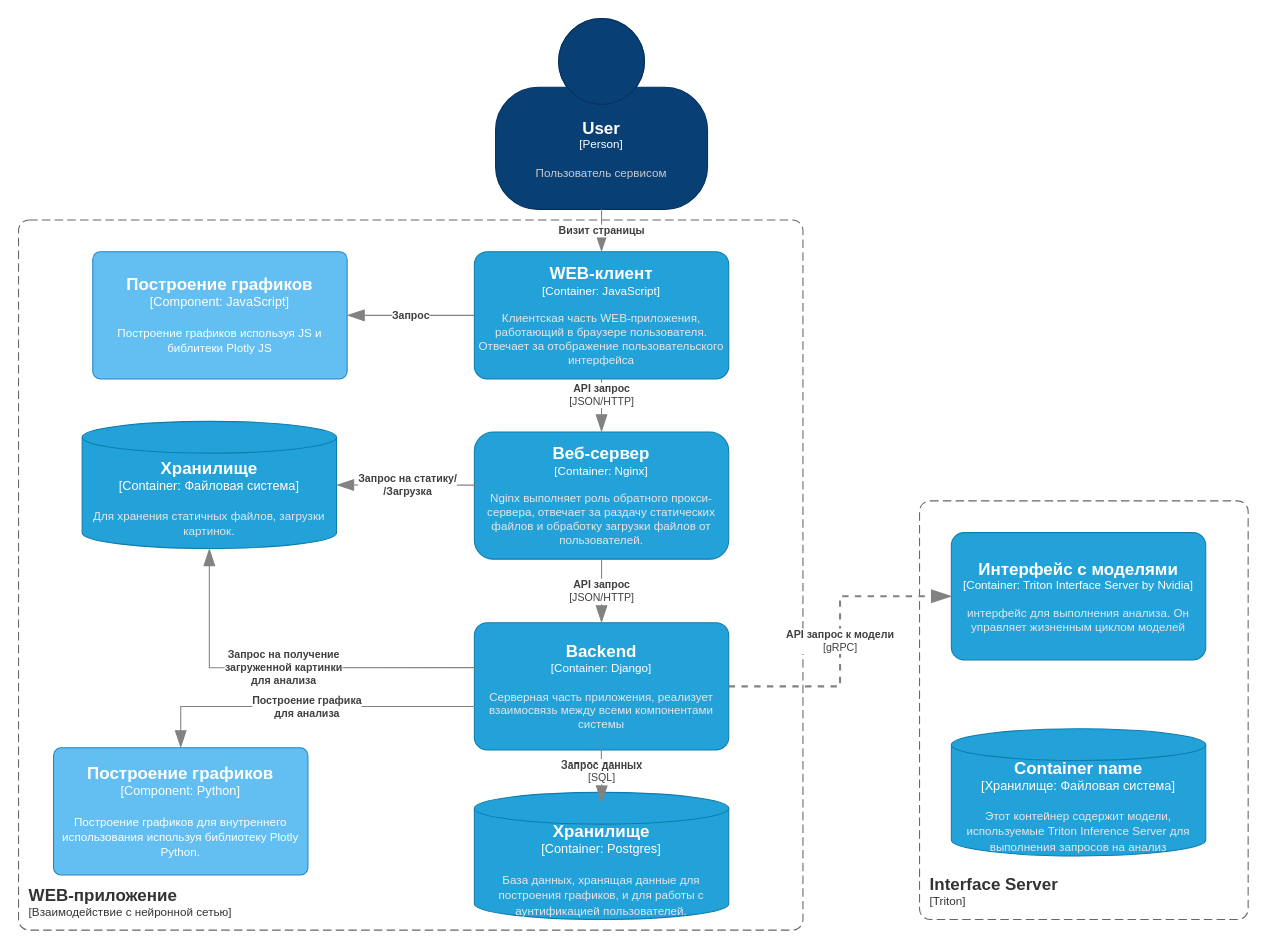
Zacharov-Team/summer-practice keeps this draw.io diagram as web/docs/system_doc.drawio. Above is the earlier version. Source tidied: cells renumbered, new cells numbered last; positions are measured from the earlier drawing's top-left corner, leaving out a move shared by most shapes. Both pictures are drawn from the tidied source at 106%, with x=0, y=0 at pixel (18, 18).
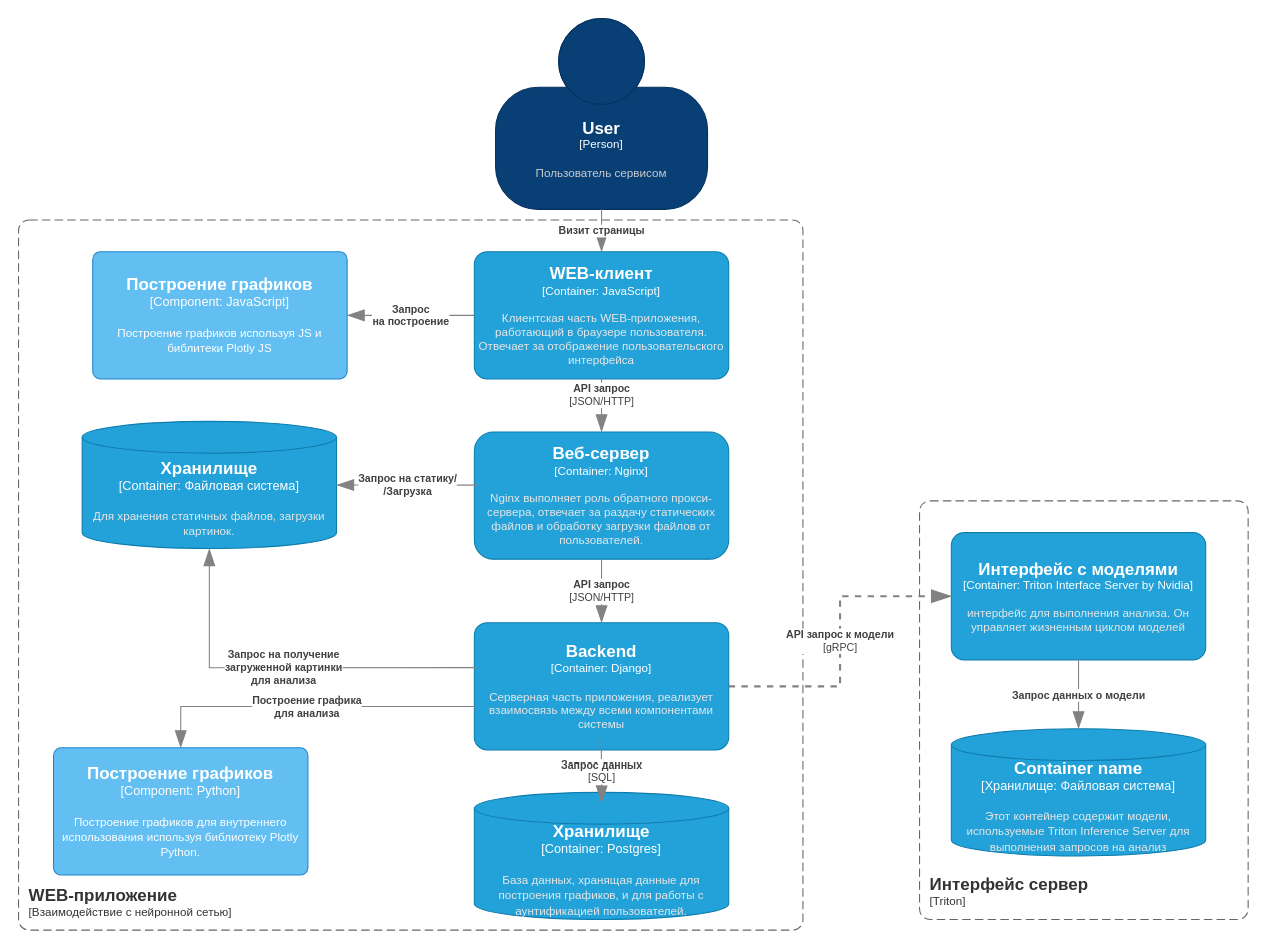
The same diagram, later.

The change refers to these unchanged cells:
```xml
<object id="3" label="&lt;font style=&quot;font-size: 16px&quot;&gt;&lt;b&gt;%c4Name%&lt;/b&gt;&lt;/font&gt;&lt;div&gt;[%c4Type%: %c4Technology%]&lt;/div&gt;&lt;br&gt;&lt;div&gt;&lt;font style=&quot;font-size: 11px&quot;&gt;&lt;font color=&quot;#E6E6E6&quot;&gt;%c4Description%&lt;/font&gt;&lt;/div&gt;" c4Description="Клиентская часть WEB-приложения, работающий в браузере пользователя. Отвечает за отображение пользовательского интерфейса" c4Name="WEB-клиент" c4Technology="JavaScript" c4Type="Container" placeholders="1">
  <mxCell style="rounded=1;whiteSpace=wrap;html=1;fontSize=11;labelBackgroundColor=none;fillColor=#23A2D9;fontColor=#ffffff;align=center;arcSize=10;strokeColor=#0E7DAD;points=[[0.25,0,0],[0.5,0,0],[0.75,0,0],[1,0.25,0],[1,0.5,0],[1,0.75,0],[0.75,1,0],[0.5,1,0],[0.25,1,0],[0,0.75,0],[0,0.5,0],[0,0.25,0]];" parent="1" vertex="1">
    <mxGeometry x="430" y="220" width="240" height="120" as="geometry" />
  </mxCell>
</object>
<object id="7" label="&lt;font style=&quot;font-size: 16px&quot;&gt;&lt;b&gt;%c4Name%&lt;/b&gt;&lt;/font&gt;&lt;div&gt;[%c4Type%: %c4Technology%]&lt;/div&gt;&lt;br&gt;&lt;div&gt;&lt;font style=&quot;font-size: 11px&quot;&gt;%c4Description%&lt;/font&gt;&lt;/div&gt;" c4Description="Построение графиков используя JS и библитеки Plotly JS" c4Name="Построение графиков" c4Technology="JavaScript" c4Type="Component" placeholders="1">
  <mxCell style="rounded=1;whiteSpace=wrap;html=1;labelBackgroundColor=none;fillColor=#63BEF2;fontColor=#ffffff;align=center;arcSize=6;strokeColor=#2086C9;points=[[0.25,0,0],[0.5,0,0],[0.75,0,0],[1,0.25,0],[1,0.5,0],[1,0.75,0],[0.75,1,0],[0.5,1,0],[0.25,1,0],[0,0.75,0],[0,0.5,0],[0,0.25,0]];" parent="1" vertex="1">
    <mxGeometry x="70" y="220" width="240" height="120" as="geometry" />
  </mxCell>
</object>
<object id="9" label="&lt;font style=&quot;font-size: 16px&quot;&gt;&lt;b&gt;%c4Name%&lt;/b&gt;&lt;/font&gt;&lt;div&gt;[%c4Type%:&amp;nbsp;%c4Technology%]&lt;/div&gt;&lt;br&gt;&lt;div&gt;&lt;font style=&quot;font-size: 11px&quot;&gt;&lt;font color=&quot;#E6E6E6&quot;&gt;%c4Description%&lt;/font&gt;&lt;/div&gt;" c4Description="Этот контейнер содержит модели, используемые Triton Inference Server для выполнения запросов на анализ" c4Name="Container name" c4Technology="Файловая система" c4Type="Хранилище" placeholders="1">
  <mxCell style="shape=cylinder3;size=15;whiteSpace=wrap;html=1;boundedLbl=1;rounded=0;labelBackgroundColor=none;fillColor=#23A2D9;fontSize=12;fontColor=#ffffff;align=center;strokeColor=#0E7DAD;points=[[0.5,0,0],[1,0.25,0],[1,0.5,0],[1,0.75,0],[0.5,1,0],[0,0.75,0],[0,0.5,0],[0,0.25,0]];" parent="1" vertex="1">
    <mxGeometry x="880" y="670" width="240" height="120" as="geometry" />
  </mxCell>
</object>
<object id="11" label="&lt;font style=&quot;font-size: 16px&quot;&gt;&lt;b&gt;%c4Name%&lt;/b&gt;&lt;/font&gt;&lt;div&gt;[%c4Type%: %c4Technology%]&lt;/div&gt;&lt;br&gt;&lt;div&gt;&lt;font style=&quot;font-size: 11px&quot;&gt;&lt;font color=&quot;#E6E6E6&quot;&gt;%c4Description%&lt;/font&gt;&lt;/div&gt;" c4Description="интерфейс для выполнения анализа. Он управляет жизненным циклом моделей" c4Name="Интерфейс с моделями" c4Technology="Triton Interface Server by Nvidia" c4Type="Container" placeholders="1">
  <mxCell style="rounded=1;whiteSpace=wrap;html=1;fontSize=11;labelBackgroundColor=none;fillColor=#23A2D9;fontColor=#ffffff;align=center;arcSize=10;strokeColor=#0E7DAD;points=[[0.25,0,0],[0.5,0,0],[0.75,0,0],[1,0.25,0],[1,0.5,0],[1,0.75,0],[0.75,1,0],[0.5,1,0],[0.25,1,0],[0,0.75,0],[0,0.5,0],[0,0.25,0]];" parent="1" vertex="1">
    <mxGeometry x="880" y="485" width="240" height="120" as="geometry" />
  </mxCell>
</object>
```

Change to the diagram source:
```diff
@@
-    <object id="13" label="&lt;font style=&quot;font-size: 16px&quot;&gt;&lt;b&gt;&lt;div style=&quot;text-align: left&quot;&gt;%c4Name%&lt;/div&gt;&lt;/b&gt;&lt;/font&gt;&lt;div style=&quot;text-align: left&quot;&gt;[%c4Application%]&lt;/div&gt;" c4Application="Triton" c4Name="Interface Server" placeholders="1">
+    <object id="13" label="&lt;font style=&quot;font-size: 16px&quot;&gt;&lt;b&gt;&lt;div style=&quot;text-align: left&quot;&gt;%c4Name%&lt;/div&gt;&lt;/b&gt;&lt;/font&gt;&lt;div style=&quot;text-align: left&quot;&gt;[%c4Application%]&lt;/div&gt;" c4Application="Triton" c4Name="Интерфейс сервер" placeholders="1">
       <mxCell style="rounded=1;fontSize=11;whiteSpace=wrap;html=1;dashed=1;arcSize=20;fillColor=none;strokeColor=#666666;fontColor=#333333;labelBackgroundColor=none;align=left;verticalAlign=bottom;labelBorderColor=none;spacingTop=0;spacing=10;dashPattern=8 4;perimeter=rectanglePerimeter;noLabel=0;labelPadding=0;absoluteArcSize=1;" parent="1" vertex="1">
         <mxGeometry x="850" y="455" width="310" height="395" as="geometry" />
       </mxCell>
     </object>
@@
-    <object id="20" label="&lt;div style=&quot;text-align: left&quot;&gt;&lt;div style=&quot;text-align: center&quot;&gt;&lt;b&gt;%c4Description%&lt;/b&gt;&lt;/div&gt;" c4Description="Запрос" placeholders="1">
+    <object id="20" label="&lt;div style=&quot;text-align: left&quot;&gt;&lt;div style=&quot;text-align: center&quot;&gt;&lt;b&gt;%c4Description%&lt;/b&gt;&lt;/div&gt;" c4Description="Запрос&#10;на построение" placeholders="1">
       <mxCell style="endArrow=blockThin;html=1;fontSize=10;fontColor=#404040;strokeWidth=1;endFill=1;strokeColor=#828282;elbow=vertical;endSize=14;startSize=14;jumpStyle=arc;jumpSize=16;rounded=0;edgeStyle=orthogonalEdgeStyle;exitX=0;exitY=0.5;exitDx=0;exitDy=0;exitPerimeter=0;entryX=1;entryY=0.5;entryDx=0;entryDy=0;entryPerimeter=0;" parent="1" edge="1" source="3" target="7">
         <mxGeometry relative="1" as="geometry" />
       </mxCell>
     </object>
@@
+    <object id="23" label="&lt;div style=&quot;text-align: left&quot;&gt;&lt;div style=&quot;text-align: center&quot;&gt;&lt;b&gt;%c4Description%&lt;/b&gt;&lt;/div&gt;" c4Description="Запрос данных о модели" placeholders="1">
+      <mxCell style="endArrow=blockThin;html=1;fontSize=10;fontColor=#404040;strokeWidth=1;endFill=1;strokeColor=#828282;elbow=vertical;endSize=14;startSize=14;jumpStyle=arc;jumpSize=16;rounded=0;edgeStyle=orthogonalEdgeStyle;exitX=0.5;exitY=1;exitDx=0;exitDy=0;exitPerimeter=0;entryX=0.5;entryY=0;entryDx=0;entryDy=0;entryPerimeter=0;" parent="1" edge="1" source="11" target="9">
+        <mxGeometry relative="1" as="geometry" />
+      </mxCell>
+    </object>
```
